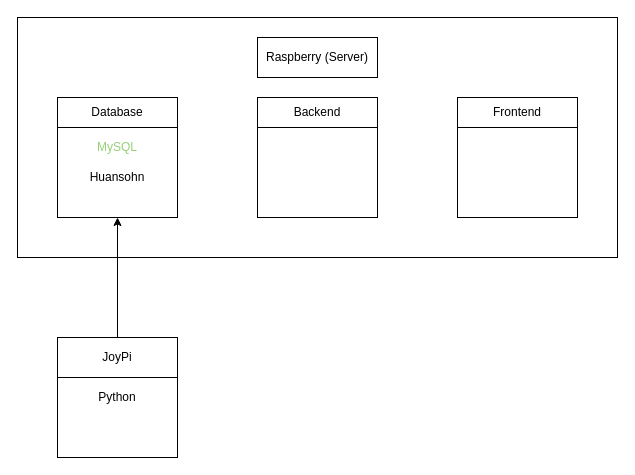
SimonFurtm/CO2-TemperaturProjekt keeps this draw.io diagram as Untitled Diagram.drawio. Above is the earlier version. Source tidied: cells renumbered, new cells numbered last; positions are measured from the earlier drawing's top-left corner, leaving out a move shared by most shapes. Both pictures are drawn from the tidied source at 100%, with x=0, y=0 at pixel (17, 17).
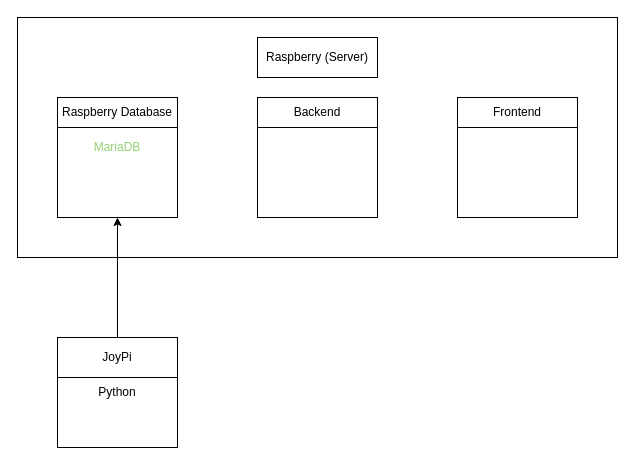
The same page after the edit.

What changed in the source:
```diff
@@
 <mxGraphModel>
   <root>
     <mxCell id="0" />
     <mxCell id="1" parent="0" />
     <mxCell id="2" style="rounded=0;whiteSpace=wrap;html=1;" parent="1" vertex="1">
       <mxGeometry width="600" height="240" as="geometry" />
     </mxCell>
     <mxCell id="3" style="rounded=0;whiteSpace=wrap;html=1;" parent="1" vertex="1">
       <mxGeometry x="40" y="80" width="120" height="120" as="geometry" />
     </mxCell>
     <mxCell id="4" style="rounded=0;whiteSpace=wrap;html=1;" parent="1" vertex="1">
       <mxGeometry x="240" y="80" width="120" height="120" as="geometry" />
     </mxCell>
     <mxCell id="5" style="rounded=0;whiteSpace=wrap;html=1;" parent="1" vertex="1">
       <mxGeometry x="440" y="80" width="120" height="120" as="geometry" />
     </mxCell>
-    <mxCell id="6" value="Database" style="rounded=0;whiteSpace=wrap;html=1;" parent="1" vertex="1">
+    <mxCell id="6" value="Raspberry Database" style="rounded=0;whiteSpace=wrap;html=1;" parent="1" vertex="1">
       <mxGeometry x="40" y="80" width="120" height="30" as="geometry" />
     </mxCell>
     <mxCell id="7" value="Backend" style="rounded=0;whiteSpace=wrap;html=1;" parent="1" vertex="1">
       <mxGeometry x="240" y="80" width="120" height="30" as="geometry" />
     </mxCell>
     <mxCell id="8" value="Frontend" style="rounded=0;whiteSpace=wrap;html=1;" parent="1" vertex="1">
       <mxGeometry x="440" y="80" width="120" height="30" as="geometry" />
     </mxCell>
     <mxCell id="9" value="Raspberry (Server)" style="rounded=0;whiteSpace=wrap;html=1;" parent="1" vertex="1">
       <mxGeometry x="240" y="20" width="120" height="40" as="geometry" />
     </mxCell>
     <mxCell id="10" value="Python" style="rounded=0;whiteSpace=wrap;html=1;" parent="1" vertex="1">
-      <mxGeometry x="40" y="320" width="120" height="120" as="geometry" />
+      <mxGeometry x="40" y="320" width="120" height="110" as="geometry" />
     </mxCell>
     <mxCell id="11" value="JoyPi" style="rounded=0;whiteSpace=wrap;html=1;" parent="1" vertex="1">
       <mxGeometry x="40" y="320" width="120" height="40" as="geometry" />
     </mxCell>
     <mxCell id="12" style="endArrow=classic;html=1;exitX=0.5;exitY=0;exitDx=0;exitDy=0;entryX=0.5;entryY=1;entryDx=0;entryDy=0;" parent="1" edge="1" source="11" target="3">
       <mxGeometry relative="1" as="geometry" />
     </mxCell>
-    <mxCell id="13" value="MySQL" style="text;html=1;align=center;verticalAlign=middle;whiteSpace=wrap;rounded=0;fontColor=#97D077;" parent="1" vertex="1">
+    <mxCell id="13" value="MariaDB" style="text;html=1;align=center;verticalAlign=middle;whiteSpace=wrap;rounded=0;fontColor=#97D077;" parent="1" vertex="1">
       <mxGeometry x="80" y="120" width="40" height="20" as="geometry" />
     </mxCell>
-    <mxCell id="14" value="Huansohn" style="text;html=1;strokeColor=none;fillColor=none;align=center;verticalAlign=middle;whiteSpace=wrap;rounded=0;fontColor=#000000;" parent="1" vertex="1">
-      <mxGeometry x="80" y="150" width="40" height="20" as="geometry" />
-    </mxCell>
   </root>
 </mxGraphModel>
```
